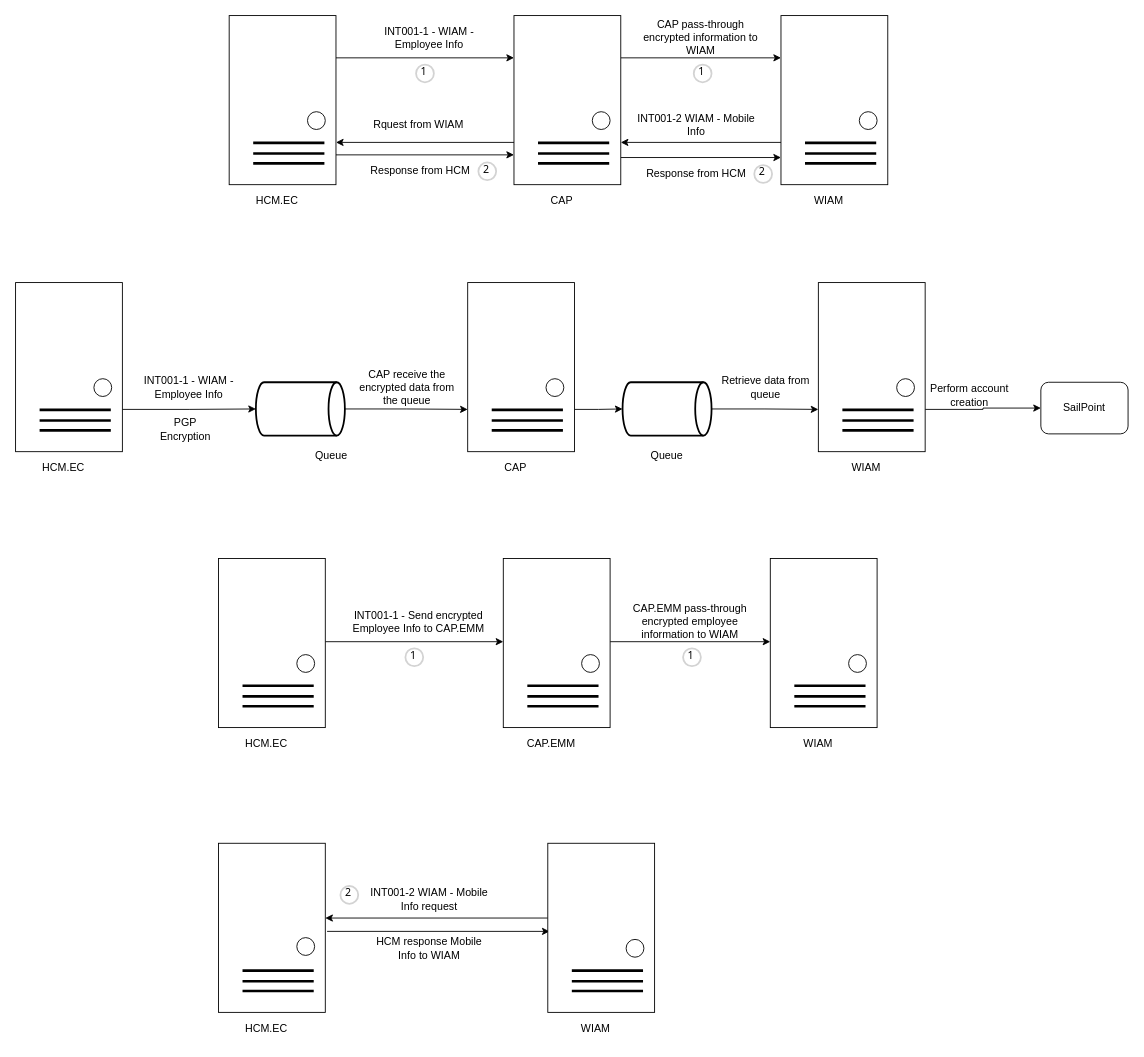
The draw.io diagram page "INT001-1" (2 of 21) of Untitled Diagram.drawio in wsxad234/flowchart, before the edit. Source tidied: cells renumbered, new cells numbered last; positions are measured from the earlier drawing's top-left corner, leaving out a move shared by most shapes. Both pictures are drawn from the tidied source at 89%, with x=0, y=0 at pixel (15, 15).
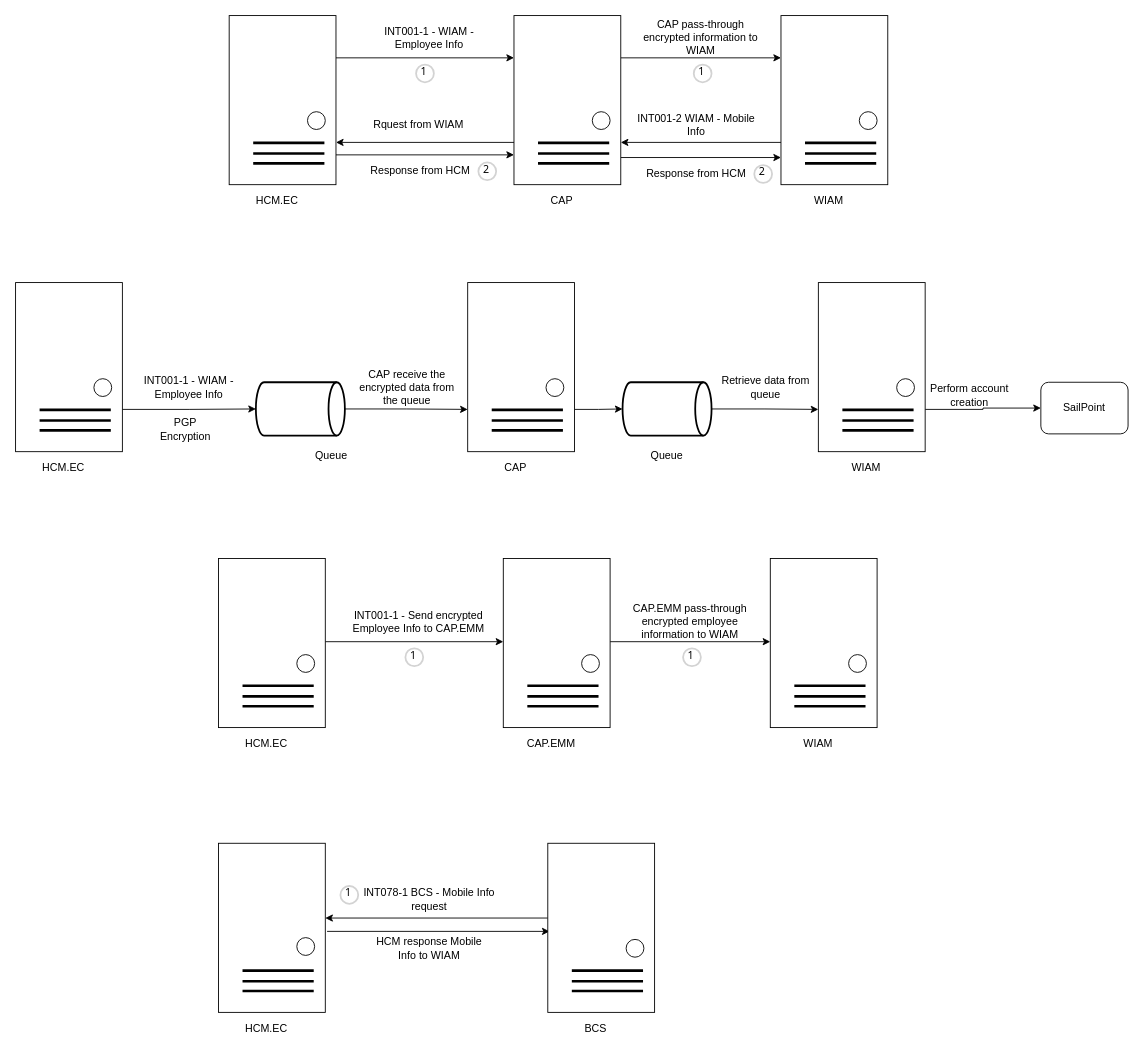
Above is the later version.

Diff of the diagram source:
```diff
@@
-    <mxCell id="103" value="WIAM" style="text;html=1;strokeColor=none;fillColor=none;align=center;verticalAlign=middle;whiteSpace=wrap;rounded=0;" parent="1" vertex="1">
+    <mxCell id="103" value="BCS" style="text;html=1;strokeColor=none;fillColor=none;align=center;verticalAlign=middle;whiteSpace=wrap;rounded=0;" parent="1" vertex="1">
       <mxGeometry x="622" y="1123" width="60" height="30" as="geometry" />
     </mxCell>
@@
-    <mxCell id="107" value="INT001-2 WIAM - Mobile Info request" style="text;html=1;strokeColor=none;fillColor=none;align=center;verticalAlign=middle;whiteSpace=wrap;rounded=0;" parent="1" vertex="1">
+    <mxCell id="107" value="INT078-1 BCS - Mobile Info request" style="text;html=1;strokeColor=none;fillColor=none;align=center;verticalAlign=middle;whiteSpace=wrap;rounded=0;" parent="1" vertex="1">
       <mxGeometry x="390" y="978" width="150" height="30" as="geometry" />
     </mxCell>
@@
-    <mxCell id="109" value="2" style="ellipse;whiteSpace=wrap;html=1;strokeWidth=2;fontFamily=Tahoma;spacingBottom=4;spacingRight=2;strokeColor=#d3d3d3;" parent="1" vertex="1">
+    <mxCell id="109" value="1" style="ellipse;whiteSpace=wrap;html=1;strokeWidth=2;fontFamily=Tahoma;spacingBottom=4;spacingRight=2;strokeColor=#d3d3d3;" parent="1" vertex="1">
       <mxGeometry x="365" y="978" width="20" height="20" as="geometry" />
     </mxCell>
```
